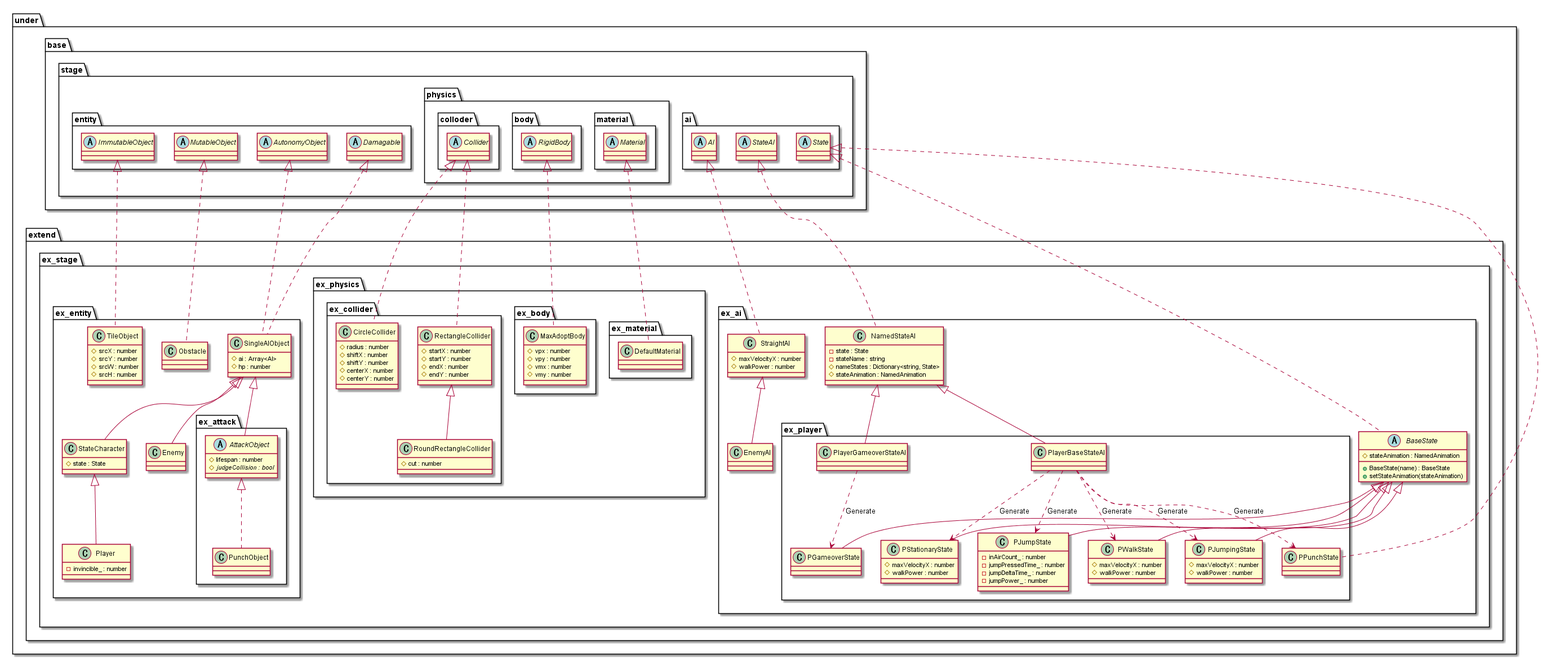
Expine/Under keeps this PlantUML diagram as out/uml/entity/Extend/EntityExtend.png. Above is the earlier version.
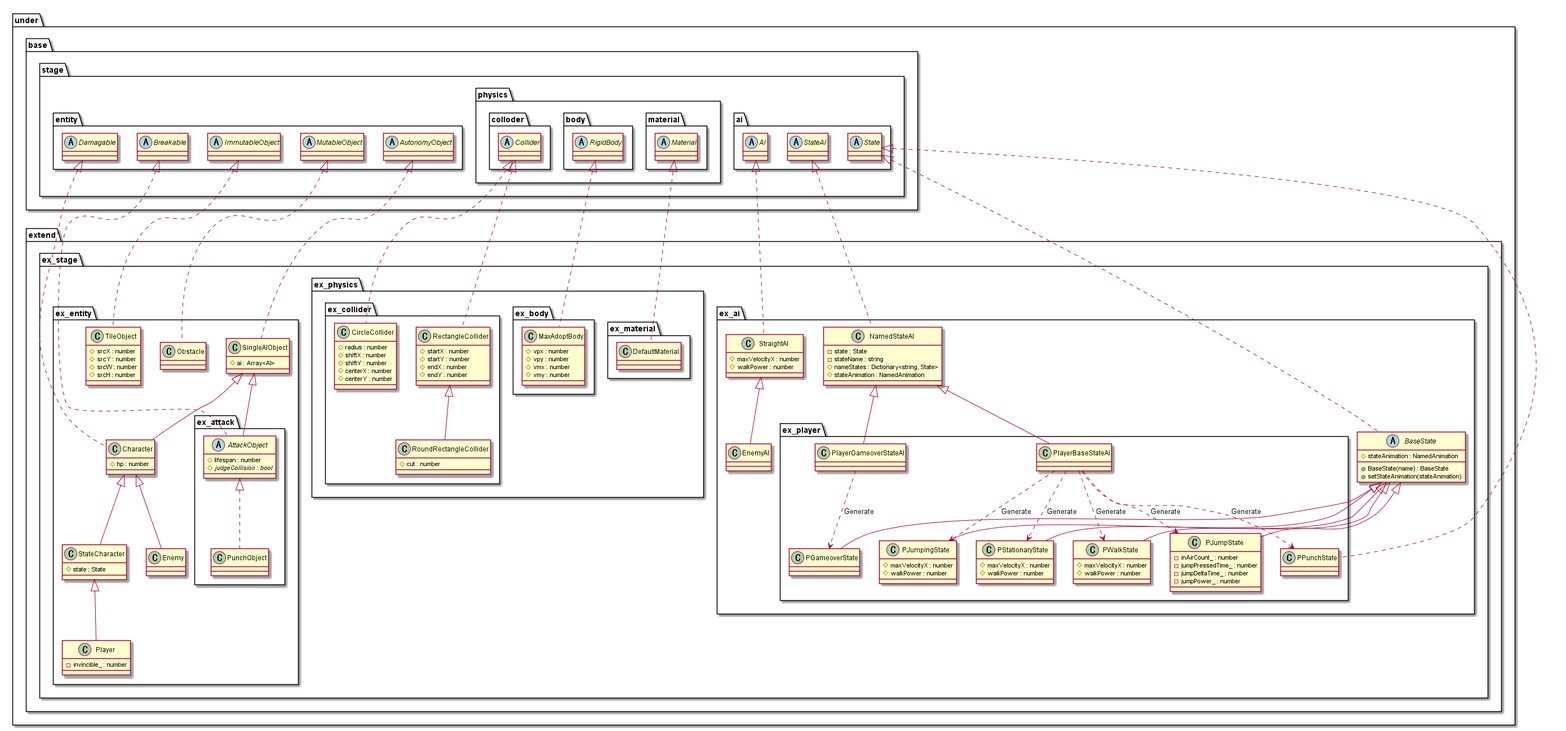
Later version of the same file.

What changed in the source:
```diff
@@ -12,6 +12,8 @@
                 class Obstacle
                 class SingleAIObject {
                     #ai : Array<AI>
+                }
+                class Character {
                     #hp : number
                 }
                 class StateCharacter {
@@ -117,6 +119,7 @@
                 abstract MutableObject
                 abstract AutonomyObject
                 abstract Damagable
+                abstract Breakable
             }
             package physics {
                 package colloder {
@@ -149,11 +152,13 @@
 ImmutableObject <|.. TileObject
 MutableObject <|.. Obstacle
 AutonomyObject <|.. SingleAIObject
-Damagable <|.. SingleAIObject
-SingleAIObject <|-- StateCharacter
+SingleAIObject <|-- Character
+Damagable <|.. Character
+Character <|-- StateCharacter
 StateCharacter <|-- Player
-SingleAIObject <|-- Enemy
+Character <|-- Enemy
 SingleAIObject <|-- AttackObject
+Breakable <|.. AttackObject
 AttackObject <|.. PunchObject
 
 Collider <|.. RectangleCollider
```
